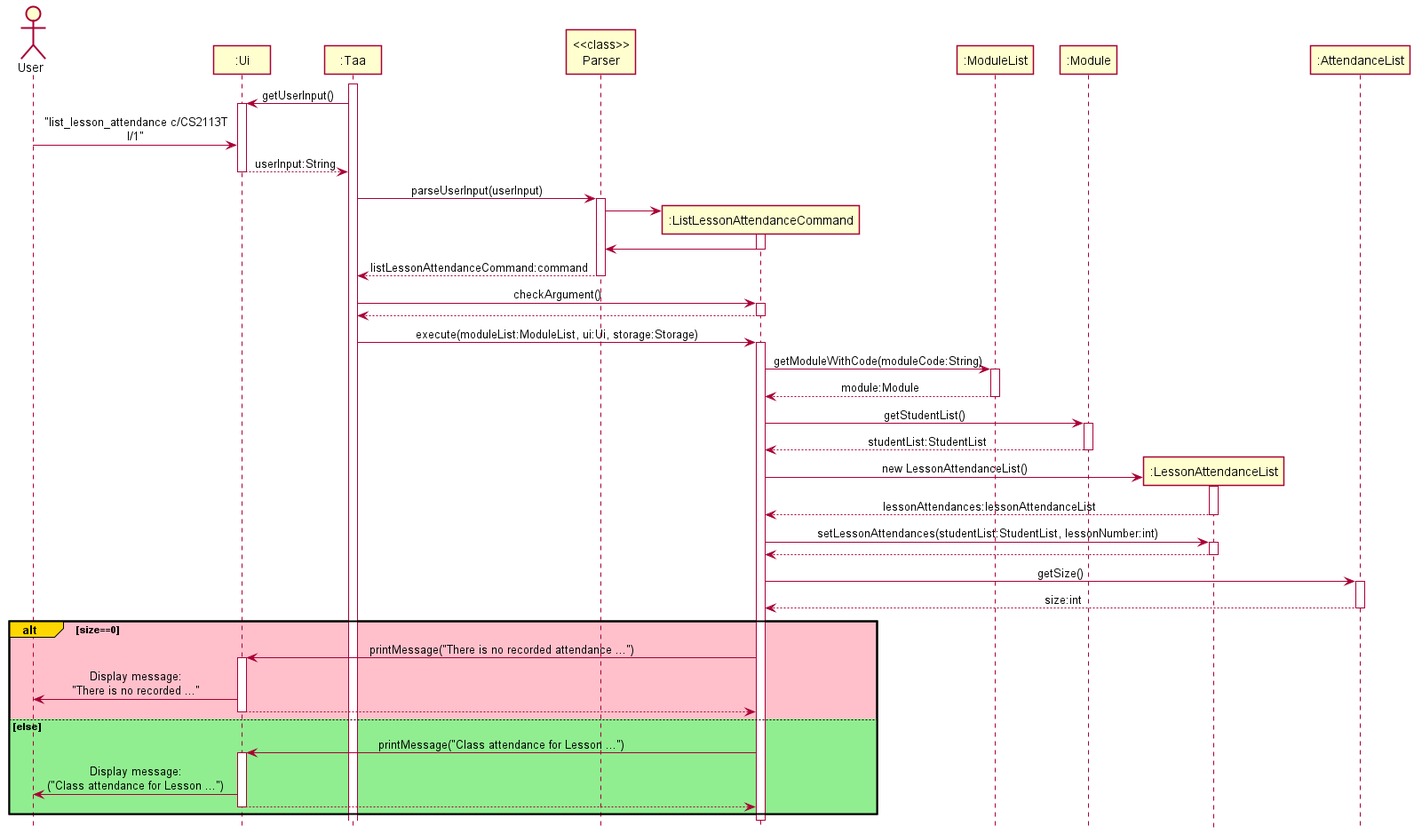
Earlier version of the PlantUML export docs/diagrams/sequence/ListLessonAttendanceSequenceDiagram.png (nus-cs2113-AY2122S1/tp). Source of this version:
```plantuml
@startuml
!include style.puml

Actor User as user
Participant ":Ui" as ui
Participant ":Taa" as taa
Participant "<<class>>\nParser" as parser
Participant ":ListLessonAttendanceCommand" as listLessonAttendanceCommand
Participant ":ModuleList" as moduleList
Participant ":Module" as module
Participant ":LessonAttendanceList" as lessonAttendanceList
Participant ":AttendanceList" as attendanceList

activate taa

taa -> ui : getUserInput()
activate ui

user -> ui : "list_lesson_attendance c/CS2113T\nl/1"
ui --> taa : userInput:String
deactivate ui

taa -> parser : parseUserInput(userInput)
activate parser

create listLessonAttendanceCommand
parser -> listLessonAttendanceCommand
activate listLessonAttendanceCommand
listLessonAttendanceCommand -> parser
deactivate listLessonAttendanceCommand

parser --> taa : listLessonAttendanceCommand:command
deactivate parser

taa -> listLessonAttendanceCommand : checkArgument()
activate listLessonAttendanceCommand

listLessonAttendanceCommand --> taa
deactivate listLessonAttendanceCommand

taa -> listLessonAttendanceCommand : execute(moduleList:ModuleList, ui:Ui, storage:Storage)
activate listLessonAttendanceCommand

listLessonAttendanceCommand -> moduleList : getModuleWithCode(moduleCode:String)
activate moduleList
moduleList --> listLessonAttendanceCommand : module:Module
deactivate moduleList


listLessonAttendanceCommand -> module : getStudentList()
activate module
module --> listLessonAttendanceCommand : studentList:StudentList
deactivate module

create lessonAttendanceList
listLessonAttendanceCommand -> lessonAttendanceList : new LessonAttendanceList()
activate lessonAttendanceList
lessonAttendanceList --> listLessonAttendanceCommand : lessonAttendances:lessonAttendanceList
deactivate lessonAttendanceList

listLessonAttendanceCommand -> lessonAttendanceList : setLessonAttendances(studentList:StudentList, lessonNumber:int)
activate lessonAttendanceList
lessonAttendanceList --> listLessonAttendanceCommand :
deactivate lessonAttendanceList

listLessonAttendanceCommand -> attendanceList : getSize()
activate attendanceList
attendanceList --> listLessonAttendanceCommand : size:int
deactivate attendanceList

alt#Gold #Pink size==0
    listLessonAttendanceCommand -> ui : printMessage("There is no recorded attendance ...")
    activate ui
    ui -> user : Display message:\n"There is no recorded ..."
    ui --> listLessonAttendanceCommand
    deactivate ui



else #LightGreen else
    listLessonAttendanceCommand -> ui : printMessage("Class attendance for Lesson ...")
    activate ui
    ui -> user : Display message:\n("Class attendance for Lesson ...")
    ui --> listLessonAttendanceCommand
    deactivate ui
end

deactivate listLessonAttendanceCommand


@enduml
```
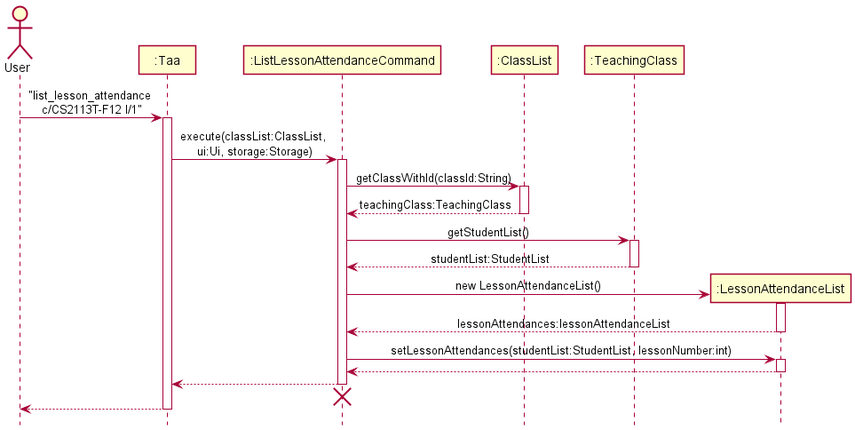
The same diagram one commit later.

Commit message:
update dg with new sequence diagrams modify verify in attendance

The edit, as a diff of the source:
```diff
@@ -1,56 +1,30 @@
 @startuml
-!include style.puml
+!include SequenceStyle.puml
 
 Actor User as user
-Participant ":Ui" as ui
 Participant ":Taa" as taa
-Participant "<<class>>\nParser" as parser
 Participant ":ListLessonAttendanceCommand" as listLessonAttendanceCommand
-Participant ":ModuleList" as moduleList
-Participant ":Module" as module
+Participant ":ClassList" as classList
+Participant ":TeachingClass" as teachingClass
 Participant ":LessonAttendanceList" as lessonAttendanceList
-Participant ":AttendanceList" as attendanceList
 
+
+user -> taa : "list_lesson_attendance \nc/CS2113T-F12 l/1"
 activate taa
 
-taa -> ui : getUserInput()
-activate ui
-
-user -> ui : "list_lesson_attendance c/CS2113T\nl/1"
-ui --> taa : userInput:String
-deactivate ui
-
-taa -> parser : parseUserInput(userInput)
-activate parser
-
-create listLessonAttendanceCommand
-parser -> listLessonAttendanceCommand
-activate listLessonAttendanceCommand
-listLessonAttendanceCommand -> parser
-deactivate listLessonAttendanceCommand
-
-parser --> taa : listLessonAttendanceCommand:command
-deactivate parser
-
-taa -> listLessonAttendanceCommand : checkArgument()
+taa -> listLessonAttendanceCommand : execute(classList:ClassList, \nui:Ui, storage:Storage)
 activate listLessonAttendanceCommand
 
-listLessonAttendanceCommand --> taa
-deactivate listLessonAttendanceCommand
-
-taa -> listLessonAttendanceCommand : execute(moduleList:ModuleList, ui:Ui, storage:Storage)
-activate listLessonAttendanceCommand
-
-listLessonAttendanceCommand -> moduleList : getModuleWithCode(moduleCode:String)
-activate moduleList
-moduleList --> listLessonAttendanceCommand : module:Module
-deactivate moduleList
+listLessonAttendanceCommand -> classList : getClassWithId(classId:String)
+activate classList
+classList --> listLessonAttendanceCommand : teachingClass:TeachingClass
+deactivate classList
 
 
-listLessonAttendanceCommand -> module : getStudentList()
-activate module
-module --> listLessonAttendanceCommand : studentList:StudentList
-deactivate module
+listLessonAttendanceCommand -> teachingClass : getStudentList()
+activate teachingClass
+teachingClass --> listLessonAttendanceCommand : studentList:StudentList
+deactivate teachingClass
 
 create lessonAttendanceList
 listLessonAttendanceCommand -> lessonAttendanceList : new LessonAttendanceList()
@@ -63,29 +37,13 @@
 lessonAttendanceList --> listLessonAttendanceCommand :
 deactivate lessonAttendanceList
 
-listLessonAttendanceCommand -> attendanceList : getSize()
-activate attendanceList
-attendanceList --> listLessonAttendanceCommand : size:int
-deactivate attendanceList
+listLessonAttendanceCommand --> taa
+deactivate listLessonAttendanceCommand
+taa -[hidden]-> listLessonAttendanceCommand
+destroy listLessonAttendanceCommand
 
-alt#Gold #Pink size==0
-    listLessonAttendanceCommand -> ui : printMessage("There is no recorded attendance ...")
-    activate ui
-    ui -> user : Display message:\n"There is no recorded ..."
-    ui --> listLessonAttendanceCommand
-    deactivate ui
-
-
-
-else #LightGreen else
-    listLessonAttendanceCommand -> ui : printMessage("Class attendance for Lesson ...")
-    activate ui
-    ui -> user : Display message:\n("Class attendance for Lesson ...")
-    ui --> listLessonAttendanceCommand
-    deactivate ui
-end
-
-deactivate listLessonAttendanceCommand
+taa --> user
+deactivate taa
 
 
 @enduml
```
